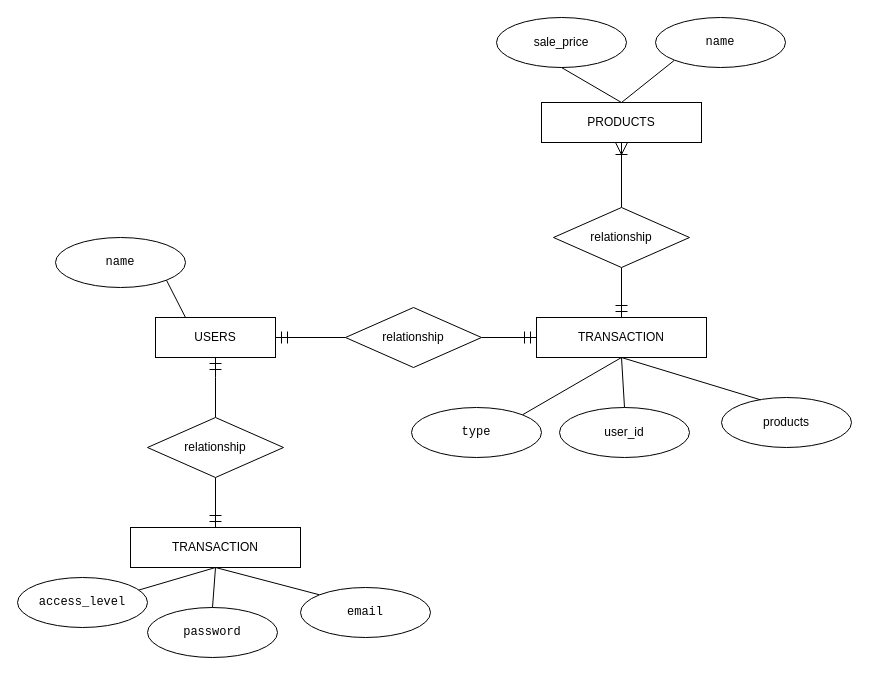
Before: documentation/Conceitual.drawio in MateusNGF/vendas, a draw.io diagram. Source tidied: cells renumbered, new cells numbered last; positions are measured from the earlier drawing's top-left corner, leaving out a move shared by most shapes. Both pictures are drawn from the tidied source at 100%, with x=0, y=0 at pixel (17, 17).
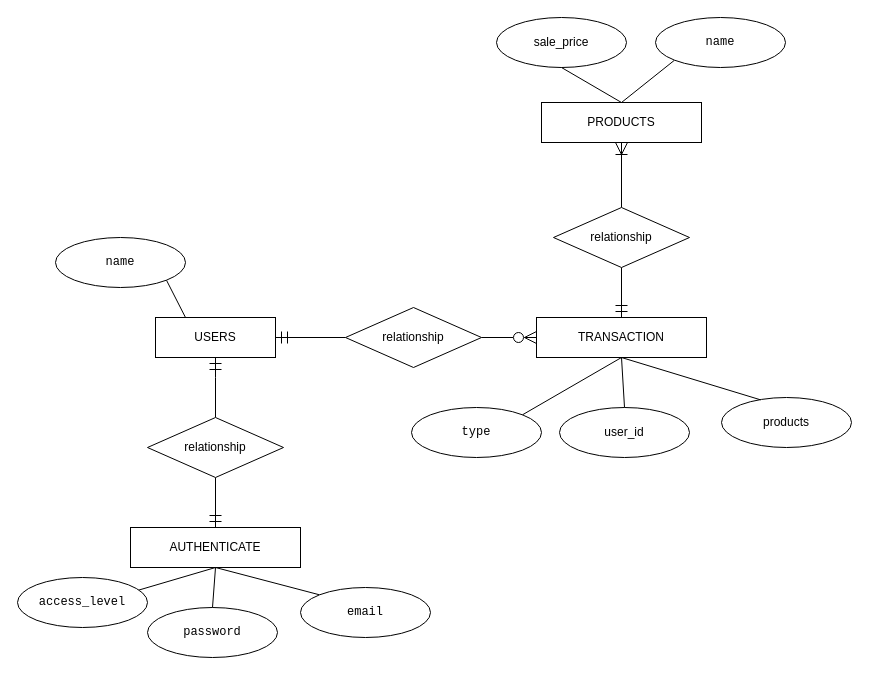
The same page after the edit.

The change refers to these unchanged cells:
```xml
<mxCell id="11" value="TRANSACTION" style="rounded=0;whiteSpace=wrap;html=1;" parent="1" vertex="1">
  <mxGeometry x="519" y="300" width="170" height="40" as="geometry" />
</mxCell>
<mxCell id="16" value="relationship" style="rhombus;whiteSpace=wrap;html=1;" parent="1" vertex="1">
  <mxGeometry x="328" y="290" width="136" height="60" as="geometry" />
</mxCell>
```

What changed in the source:
```diff
@@
-    <mxCell id="15" style="edgeStyle=none;rounded=0;jettySize=auto;html=1;entryX=0;entryY=0.5;entryDx=0;entryDy=0;startArrow=none;startFill=0;endArrow=ERmandOne;endFill=0;startSize=10;endSize=10;exitX=1;exitY=0.5;exitDx=0;exitDy=0;" parent="1" edge="1" source="16" target="11">
+    <mxCell id="15" style="edgeStyle=none;rounded=0;jettySize=auto;html=1;entryX=0;entryY=0.5;entryDx=0;entryDy=0;startArrow=none;startFill=0;endArrow=ERzeroToMany;endFill=0;startSize=10;endSize=10;exitX=1;exitY=0.5;exitDx=0;exitDy=0;" parent="1" edge="1" source="16" target="11">
       <mxGeometry relative="1" as="geometry" />
     </mxCell>
@@
-    <mxCell id="27" value="TRANSACTION" style="rounded=0;whiteSpace=wrap;html=1;" parent="1" vertex="1">
+    <mxCell id="27" value="AUTHENTICATE" style="rounded=0;whiteSpace=wrap;html=1;" parent="1" vertex="1">
       <mxGeometry x="113" y="510" width="170" height="40" as="geometry" />
     </mxCell>
```
